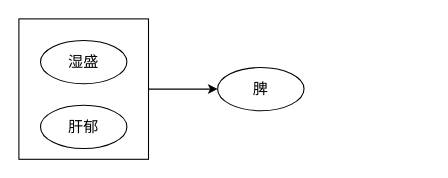
This is 紫门女科/带下/001带下的形成原因.drawio from 328507133/chart, a draw.io file, before an edit. Source tidied: cells renumbered, new cells numbered last; positions are measured from the earlier drawing's top-left corner, leaving out a move shared by most shapes. Both pictures are drawn from the tidied source at 108%, with x=0, y=0 at pixel (18, 18).
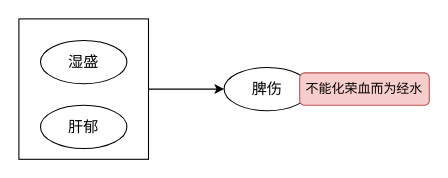
The same page after the edit.

Commit message (it also covers changes not shown here):
更新001带下的形成原因.drawio

Diff of the diagram source:
```diff
@@
 <mxGraphModel>
   <root>
     <mxCell id="0" />
     <mxCell id="1" parent="0" />
-    <mxCell id="2" style="edgeStyle=orthogonalEdgeStyle;rounded=0;jettySize=auto;html=1;exitX=1;exitY=0.5;exitDx=0;exitDy=0;" parent="1" edge="1" source="3" target="6">
+    <mxCell id="2" style="edgeStyle=orthogonalEdgeStyle;rounded=0;jettySize=auto;html=1;exitX=1;exitY=0.5;exitDx=0;exitDy=0;entryX=0;entryY=0.5;entryDx=0;entryDy=0;" parent="1" edge="1" source="3" target="8">
       <mxGeometry relative="1" as="geometry" />
     </mxCell>
     <mxCell id="3" style="rounded=0;whiteSpace=wrap;html=1;" parent="1" vertex="1">
       <mxGeometry width="120" height="130" as="geometry" />
     </mxCell>
     <mxCell id="4" value="湿盛" style="ellipse;whiteSpace=wrap;html=1;fontSize=14;" parent="1" vertex="1">
       <mxGeometry x="20" y="20" width="80" height="40" as="geometry" />
     </mxCell>
     <mxCell id="5" value="肝郁" style="ellipse;whiteSpace=wrap;html=1;fontSize=14;" parent="1" vertex="1">
       <mxGeometry x="20" y="80" width="80" height="40" as="geometry" />
     </mxCell>
-    <mxCell id="6" value="脾" style="ellipse;whiteSpace=wrap;html=1;fontSize=14;" parent="1" vertex="1">
-      <mxGeometry x="184" y="45" width="80" height="40" as="geometry" />
-    </mxCell>
+    <mxCell id="7" style="group;" parent="1" vertex="1">
+      <mxGeometry x="190" y="45" width="80" height="50" as="geometry" />
+    </mxCell>
+    <mxCell id="8" value="脾伤" style="ellipse;whiteSpace=wrap;html=1;fontSize=14;" parent="7" vertex="1">
+      <mxGeometry width="80" height="40" as="geometry" />
+    </mxCell>
+    <mxCell id="9" value="不能化荣血而为经水" style="rounded=1;whiteSpace=wrap;html=1;fillColor=#f8cecc;strokeColor=#b85450;" parent="1" vertex="1">
+      <mxGeometry x="260" y="50" width="120" height="30" as="geometry" />
+    </mxCell>
   </root>
 </mxGraphModel>
```
